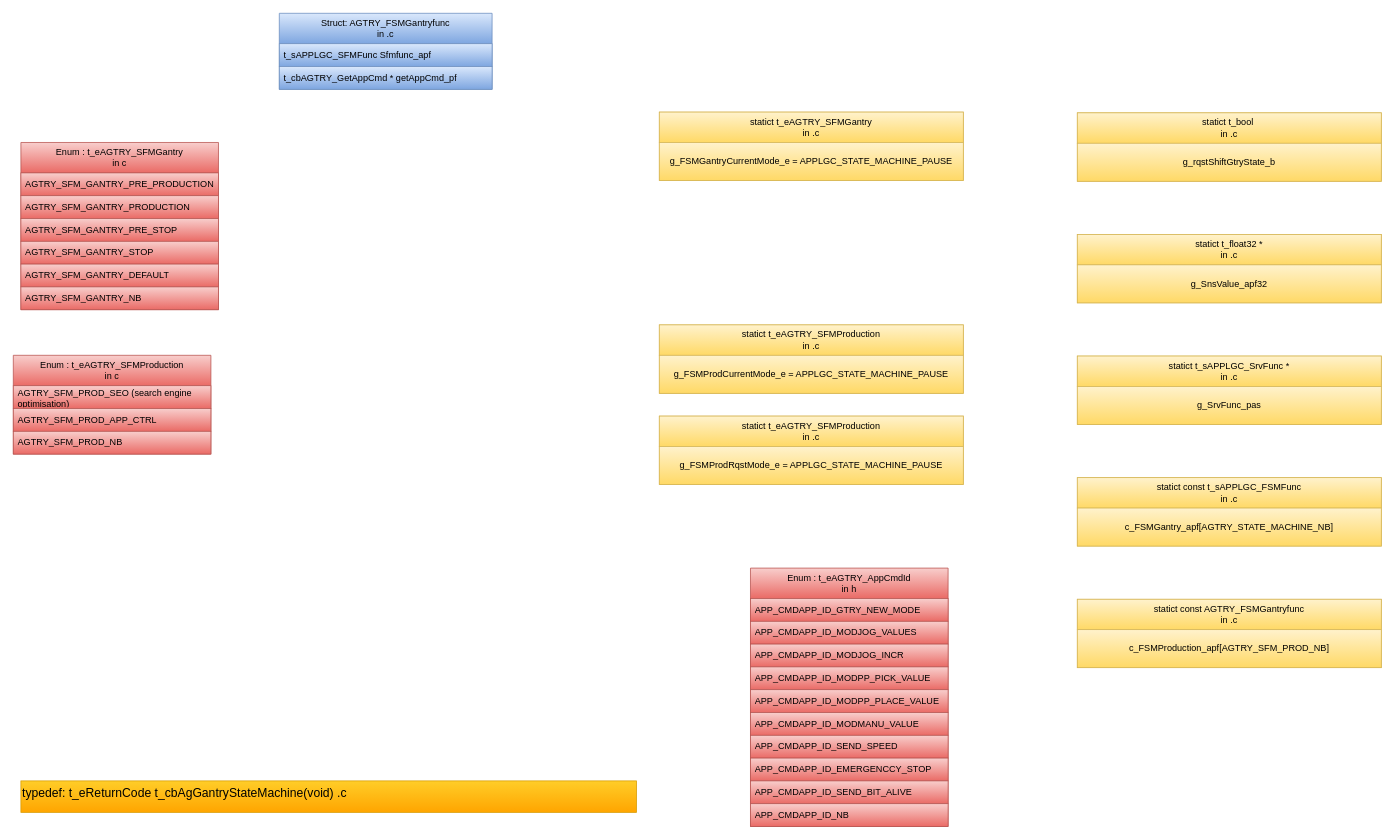
This is page "Type" (2 of 5) of src/3_APP/APP_LGC/Src/Agents/Gantry/Doc/DesignAgentGantry.drawio from mbarbeau0545/PickersRobotPOC, a draw.io file, before an edit. Source tidied: cells renumbered, new cells numbered last; positions are measured from the earlier drawing's top-left corner, leaving out a move shared by most shapes. Both pictures are drawn from the tidied source at 76%, with x=0, y=0 at pixel (13, 13).
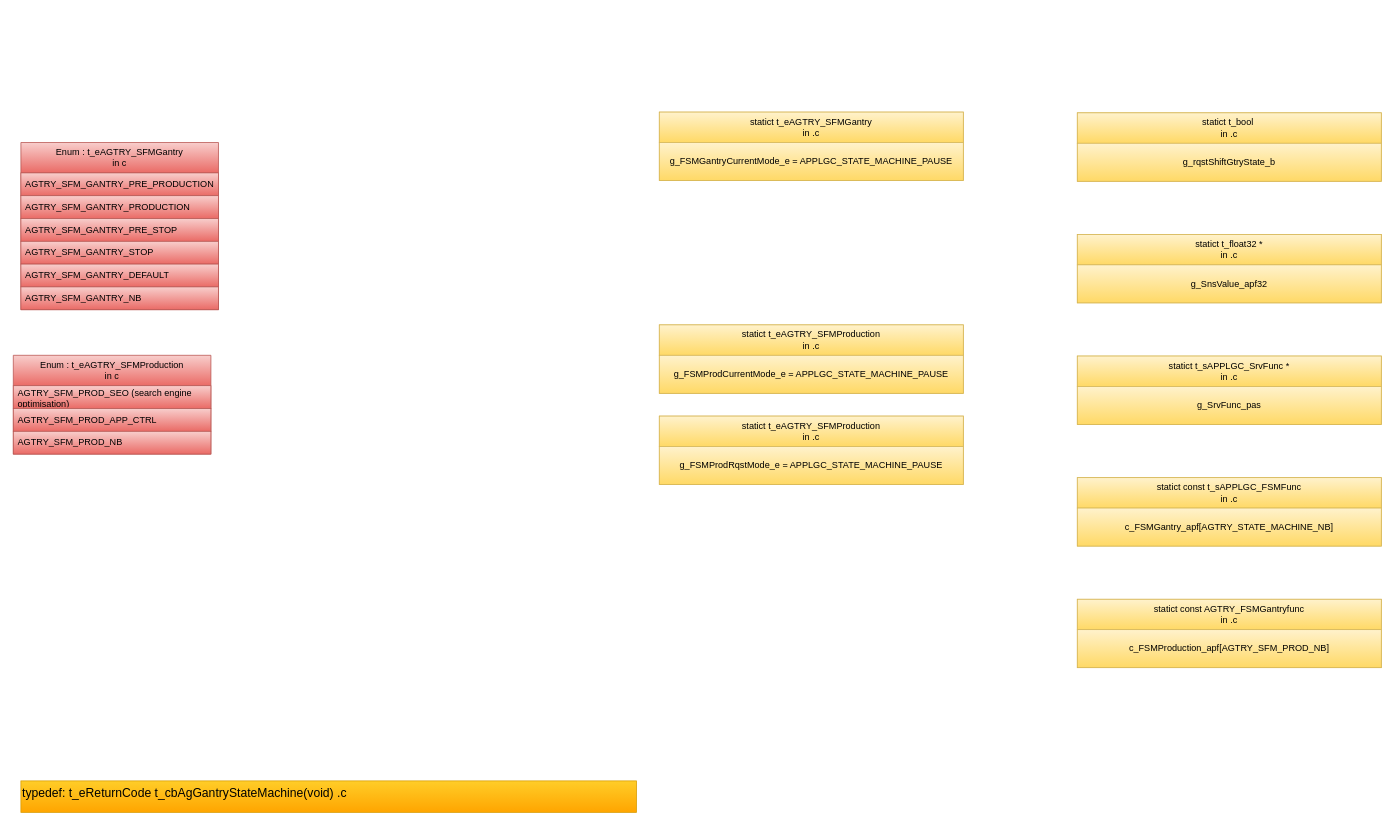
The same diagram, later.

Change to the diagram source:
```diff
@@
-    <mxCell id="2" value="Struct: AGTRY_FSMGantryfunc&lt;div&gt;in .c&lt;/div&gt;" style="swimlane;fontStyle=0;horizontal=1;startSize=40;whiteSpace=wrap;html=1;fillColor=#dae8fc;gradientColor=#7ea6e0;strokeColor=#6c8ebf;fontColor=#000000;" parent="1" vertex="1">
-      <mxGeometry x="350" width="280" height="100" as="geometry" />
-    </mxCell>
-    <mxCell id="3" value="&lt;span style=&quot;text-align: center;&quot;&gt;t_sAPPLGC_SFMFunc Sfmfunc_apf&lt;/span&gt;" style="text;strokeColor=#6c8ebf;fillColor=#dae8fc;align=left;verticalAlign=middle;spacingLeft=4;spacingRight=4;overflow=hidden;whiteSpace=wrap;html=1;gradientColor=#7ea6e0;fontColor=#000000;" parent="2" vertex="1">
-      <mxGeometry y="40" width="280" height="30" as="geometry" />
-    </mxCell>
-    <mxCell id="4" value="&lt;div style=&quot;text-align: center;&quot;&gt;&lt;span style=&quot;background-color: initial;&quot;&gt;t_cbAGTRY_GetAppCmd * getAppCmd_pf&lt;/span&gt;&lt;/div&gt;" style="text;strokeColor=#6c8ebf;fillColor=#dae8fc;align=left;verticalAlign=middle;spacingLeft=4;spacingRight=4;overflow=hidden;whiteSpace=wrap;html=1;gradientColor=#7ea6e0;fontColor=#000000;" parent="2" vertex="1">
-      <mxGeometry y="70" width="280" height="30" as="geometry" />
-    </mxCell>
@@
-    <mxCell id="49" value="Enum : t_eAGTRY_AppCmdId&lt;div&gt;in h&lt;/div&gt;" style="swimlane;fontStyle=0;horizontal=1;startSize=40;whiteSpace=wrap;html=1;fillColor=#f8cecc;gradientColor=#ea6b66;strokeColor=#b85450;fontColor=#000000;" parent="1" vertex="1">
-      <mxGeometry x="970" y="730" width="260" height="340" as="geometry" />
-    </mxCell>
-    <mxCell id="50" value="APP_CMDAPP_ID_GTRY_NEW_MODE" style="text;strokeColor=#b85450;fillColor=#f8cecc;align=left;verticalAlign=middle;spacingLeft=4;spacingRight=4;overflow=hidden;whiteSpace=wrap;html=1;gradientColor=#ea6b66;fontColor=#000000;" parent="49" vertex="1">
-      <mxGeometry y="40" width="260" height="30" as="geometry" />
-    </mxCell>
-    <mxCell id="51" value="APP_CMDAPP_ID_MODJOG_VALUES" style="text;strokeColor=#b85450;fillColor=#f8cecc;align=left;verticalAlign=middle;spacingLeft=4;spacingRight=4;overflow=hidden;whiteSpace=wrap;html=1;gradientColor=#ea6b66;fontColor=#000000;" parent="49" vertex="1">
-      <mxGeometry y="70" width="260" height="30" as="geometry" />
-    </mxCell>
-    <mxCell id="52" value="APP_CMDAPP_ID_MODJOG_INCR" style="text;strokeColor=#b85450;fillColor=#f8cecc;align=left;verticalAlign=middle;spacingLeft=4;spacingRight=4;overflow=hidden;whiteSpace=wrap;html=1;gradientColor=#ea6b66;fontColor=#000000;" parent="49" vertex="1">
-      <mxGeometry y="100" width="260" height="30" as="geometry" />
-    </mxCell>
-    <mxCell id="53" value="APP_CMDAPP_ID_MODPP_PICK_VALUE" style="text;strokeColor=#b85450;fillColor=#f8cecc;align=left;verticalAlign=middle;spacingLeft=4;spacingRight=4;overflow=hidden;whiteSpace=wrap;html=1;gradientColor=#ea6b66;fontColor=#000000;" parent="49" vertex="1">
-      <mxGeometry y="130" width="260" height="30" as="geometry" />
-    </mxCell>
-    <mxCell id="54" value="APP_CMDAPP_ID_MODPP_PLACE_VALUE" style="text;strokeColor=#b85450;fillColor=#f8cecc;align=left;verticalAlign=middle;spacingLeft=4;spacingRight=4;overflow=hidden;whiteSpace=wrap;html=1;gradientColor=#ea6b66;fontColor=#000000;" parent="49" vertex="1">
-      <mxGeometry y="160" width="260" height="30" as="geometry" />
-    </mxCell>
-    <mxCell id="55" value="APP_CMDAPP_ID_MODMANU_VALUE" style="text;strokeColor=#b85450;fillColor=#f8cecc;align=left;verticalAlign=middle;spacingLeft=4;spacingRight=4;overflow=hidden;whiteSpace=wrap;html=1;gradientColor=#ea6b66;fontColor=#000000;" parent="49" vertex="1">
-      <mxGeometry y="190" width="260" height="30" as="geometry" />
-    </mxCell>
-    <mxCell id="56" value="APP_CMDAPP_ID_SEND_SPEED" style="text;strokeColor=#b85450;fillColor=#f8cecc;align=left;verticalAlign=middle;spacingLeft=4;spacingRight=4;overflow=hidden;whiteSpace=wrap;html=1;gradientColor=#ea6b66;fontColor=#000000;" parent="49" vertex="1">
-      <mxGeometry y="220" width="260" height="30" as="geometry" />
-    </mxCell>
-    <mxCell id="57" value="APP_CMDAPP_ID_EMERGENCCY_STOP" style="text;strokeColor=#b85450;fillColor=#f8cecc;align=left;verticalAlign=middle;spacingLeft=4;spacingRight=4;overflow=hidden;whiteSpace=wrap;html=1;gradientColor=#ea6b66;fontColor=#000000;" parent="49" vertex="1">
-      <mxGeometry y="250" width="260" height="30" as="geometry" />
-    </mxCell>
-    <mxCell id="58" value="APP_CMDAPP_ID_SEND_BIT_ALIVE" style="text;strokeColor=#b85450;fillColor=#f8cecc;align=left;verticalAlign=middle;spacingLeft=4;spacingRight=4;overflow=hidden;whiteSpace=wrap;html=1;gradientColor=#ea6b66;fontColor=#000000;" parent="49" vertex="1">
-      <mxGeometry y="280" width="260" height="30" as="geometry" />
-    </mxCell>
-    <mxCell id="59" value="APP_CMDAPP_ID_NB" style="text;strokeColor=#b85450;fillColor=#f8cecc;align=left;verticalAlign=middle;spacingLeft=4;spacingRight=4;overflow=hidden;whiteSpace=wrap;html=1;gradientColor=#ea6b66;fontColor=#000000;" parent="49" vertex="1">
-      <mxGeometry y="310" width="260" height="30" as="geometry" />
-    </mxCell>
```
